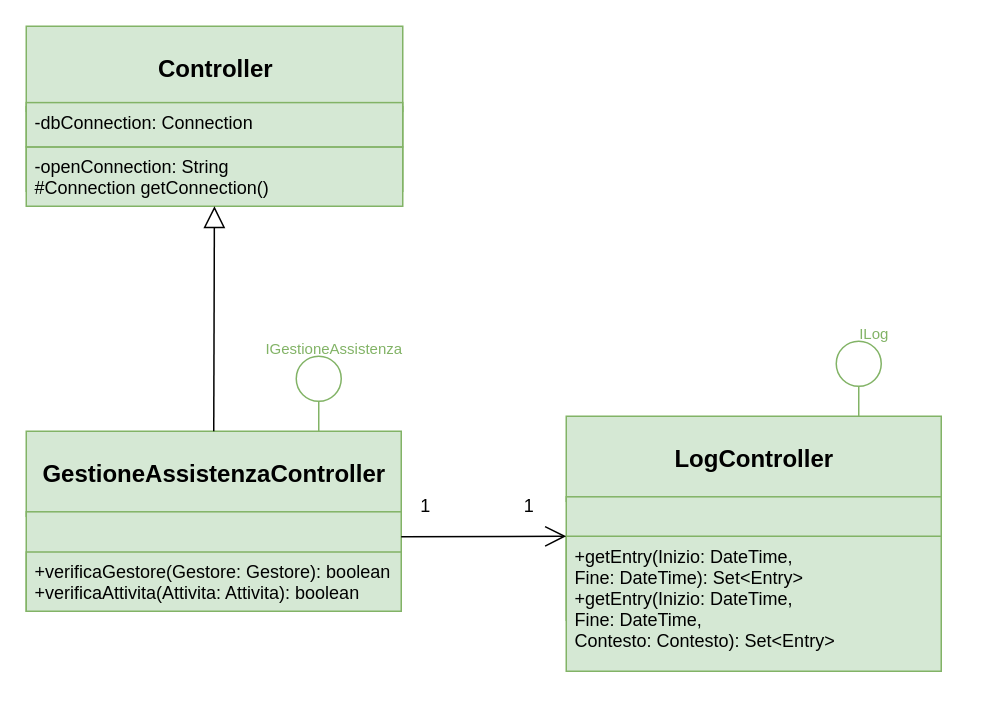
This is page "Assistenza" (5 of 5) of progettazione/dettaglio/dettaglioController.drawio from Marco-Burattoni/Progetto-ids, a draw.io file, before an edit. Source tidied: cells renumbered, new cells numbered last; positions are measured from the earlier drawing's top-left corner, leaving out a move shared by most shapes. Both pictures are drawn from the tidied source at 150%, with x=0, y=0 at pixel (26, 26).
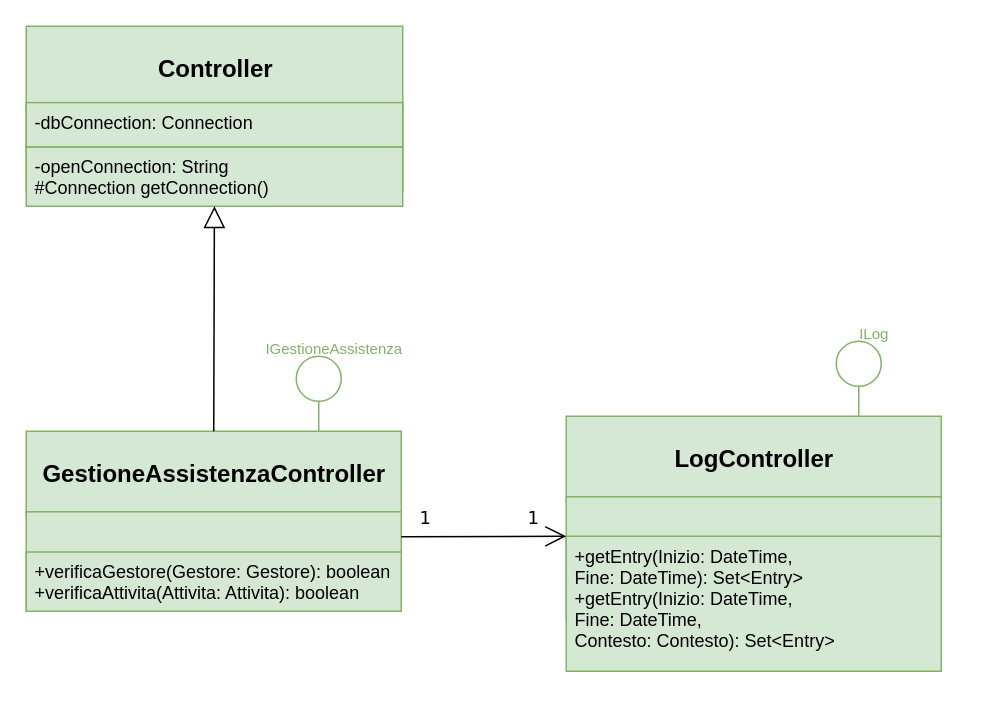
The same diagram, later.

Change to the diagram source:
```diff
@@
-    <mxCell id="29" value="1" style="text;html=1;align=center;verticalAlign=middle;strokeColor=none;fillColor=none;" parent="1" vertex="1">
-      <mxGeometry x="251" y="305" width="30" height="30" as="geometry" />
+    <mxCell id="29" value="&lt;font face=&quot;Verdana&quot;&gt;1&lt;/font&gt;" style="text;html=1;align=center;verticalAlign=middle;strokeColor=none;fillColor=none;" parent="1" vertex="1">
+      <mxGeometry x="251" y="313" width="30" height="30" as="geometry" />
     </mxCell>
-    <mxCell id="30" value="1" style="text;html=1;align=center;verticalAlign=middle;strokeColor=none;fillColor=none;" parent="1" vertex="1">
-      <mxGeometry x="320" y="305" width="30" height="30" as="geometry" />
+    <mxCell id="30" value="&lt;font face=&quot;Verdana&quot;&gt;1&lt;/font&gt;" style="text;html=1;align=center;verticalAlign=middle;strokeColor=none;fillColor=none;" parent="1" vertex="1">
+      <mxGeometry x="323" y="313" width="30" height="30" as="geometry" />
     </mxCell>
```
